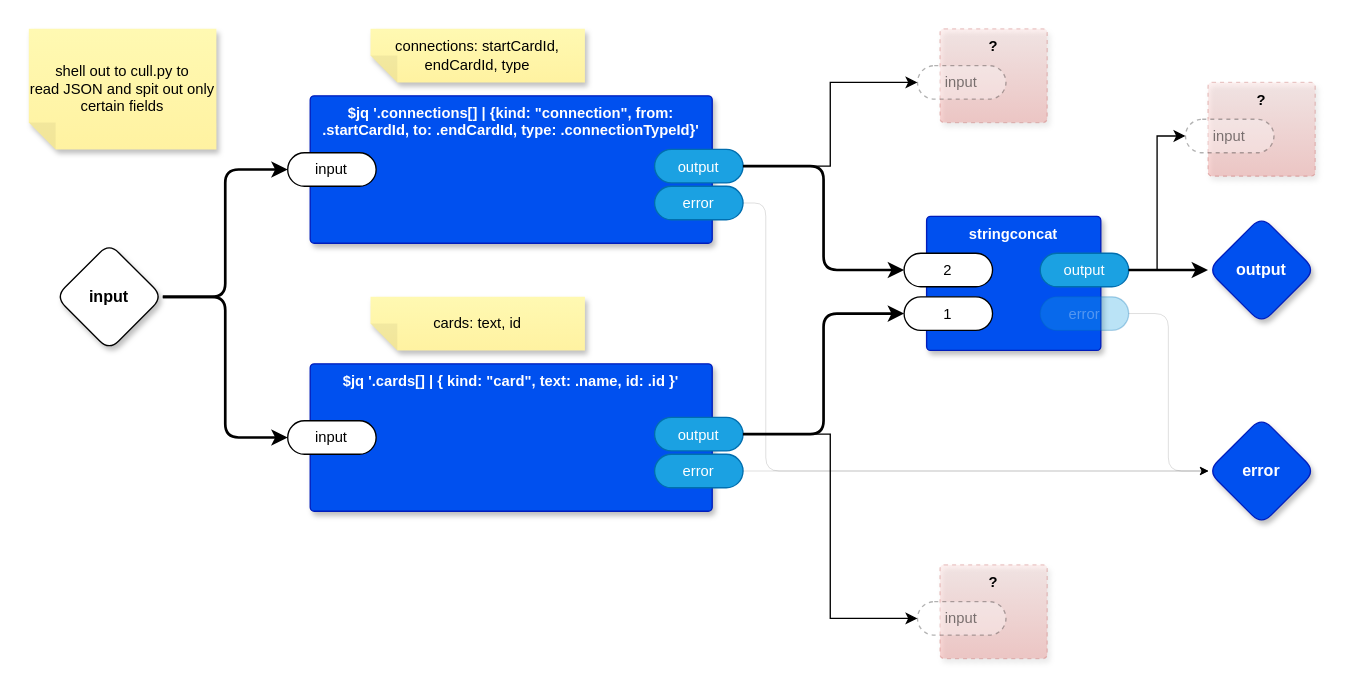
Before: page "Extract Semantic Information" (2 of 7) of src/top.drawio in guitarvydas/kinopio2md, a draw.io diagram. Source tidied: cells renumbered, new cells numbered last; positions are measured from the earlier drawing's top-left corner, leaving out a move shared by most shapes. Both pictures are drawn from the tidied source at 134%, with x=0, y=0 at pixel (28, 28).
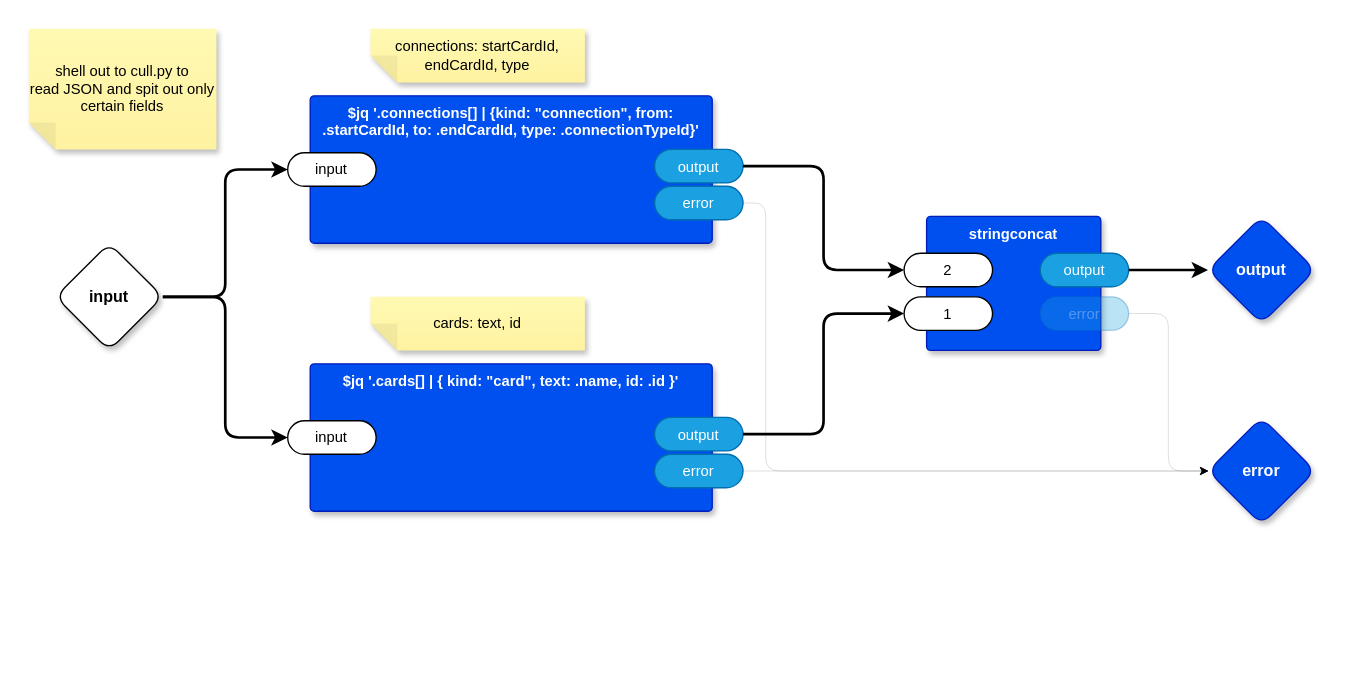
The same page after the edit.

The change refers to these unchanged cells:
```xml
<mxCell id="12" value="output" style="rounded=1;whiteSpace=wrap;html=1;sketch=0;points=[[0,0.5,0,0,0],[1,0.5,0,0,0]];fillColor=#1ba1e2;fontColor=#ffffff;strokeColor=#006EAF;arcSize=50;fontFamily=Helvetica;fontSize=11;" parent="9" vertex="1">
  <mxGeometry x="257" y="40" width="66" height="25" as="geometry" />
</mxCell>
<mxCell id="16" value="output" style="rounded=1;whiteSpace=wrap;html=1;sketch=0;points=[[0,0.5,0,0,0],[1,0.5,0,0,0]];fillColor=#1ba1e2;fontColor=#ffffff;strokeColor=#006EAF;arcSize=50;fontFamily=Helvetica;fontSize=11;" parent="13" vertex="1">
  <mxGeometry x="257" y="40" width="66" height="25" as="geometry" />
</mxCell>
<mxCell id="24" value="output" style="rounded=1;whiteSpace=wrap;html=1;sketch=0;points=[[0,0.5,0,0,0],[1,0.5,0,0,0]];fillColor=#1ba1e2;fontColor=#ffffff;strokeColor=#006EAF;arcSize=50;fontFamily=Helvetica;fontSize=11;" parent="22" vertex="1">
  <mxGeometry x="84.8" y="27.5" width="66" height="25" as="geometry" />
</mxCell>
```

Change to the diagram source:
```diff
@@
-    <mxCell id="29" value="?" style="rounded=1;whiteSpace=wrap;html=1;sketch=0;verticalAlign=top;arcSize=6;fontStyle=1;absoluteArcSize=1;shadow=1;strokeColor=#b85450;fillColor=#f8cecc;fontFamily=Helvetica;fontSize=11;dashed=1;opacity=30;gradientColor=#ea6b66;" parent="1" vertex="1">
-      <mxGeometry x="880" y="40" width="80" height="70" as="geometry" />
-    </mxCell>
-    <mxCell id="30" value="input" style="rounded=1;whiteSpace=wrap;html=1;sketch=0;points=[[0,0.5,0,0,0],[1,0.5,0,0,0]];arcSize=50;fontFamily=Helvetica;fontSize=11;fontColor=default;dashed=1;textOpacity=50;opacity=30;" parent="29" vertex="1">
-      <mxGeometry x="-16.8" y="27.5" width="66" height="25" as="geometry" />
-    </mxCell>
-    <mxCell id="31" style="edgeStyle=orthogonalEdgeStyle;rounded=0;jettySize=auto;html=1;exitX=1;exitY=0.5;exitDx=0;exitDy=0;exitPerimeter=0;entryX=0;entryY=0.5;entryDx=0;entryDy=0;entryPerimeter=0;" parent="1" edge="1" source="24" target="30">
-      <mxGeometry relative="1" as="geometry" />
-    </mxCell>
-    <mxCell id="32" value="?" style="rounded=1;whiteSpace=wrap;html=1;sketch=0;verticalAlign=top;arcSize=6;fontStyle=1;absoluteArcSize=1;shadow=1;strokeColor=#b85450;fillColor=#f8cecc;fontFamily=Helvetica;fontSize=11;dashed=1;opacity=30;gradientColor=#ea6b66;" parent="1" vertex="1">
-      <mxGeometry x="680" width="80" height="70" as="geometry" />
-    </mxCell>
-    <mxCell id="33" value="input" style="rounded=1;whiteSpace=wrap;html=1;sketch=0;points=[[0,0.5,0,0,0],[1,0.5,0,0,0]];arcSize=50;fontFamily=Helvetica;fontSize=11;fontColor=default;dashed=1;textOpacity=50;opacity=30;" parent="32" vertex="1">
-      <mxGeometry x="-16.8" y="27.5" width="66" height="25" as="geometry" />
-    </mxCell>
-    <mxCell id="34" value="?" style="rounded=1;whiteSpace=wrap;html=1;sketch=0;verticalAlign=top;arcSize=6;fontStyle=1;absoluteArcSize=1;shadow=1;strokeColor=#b85450;fillColor=#f8cecc;fontFamily=Helvetica;fontSize=11;dashed=1;opacity=30;gradientColor=#ea6b66;" parent="1" vertex="1">
-      <mxGeometry x="680" y="400" width="80" height="70" as="geometry" />
-    </mxCell>
-    <mxCell id="35" value="input" style="rounded=1;whiteSpace=wrap;html=1;sketch=0;points=[[0,0.5,0,0,0],[1,0.5,0,0,0]];arcSize=50;fontFamily=Helvetica;fontSize=11;fontColor=default;dashed=1;textOpacity=50;opacity=30;" parent="34" vertex="1">
-      <mxGeometry x="-16.8" y="27.5" width="66" height="25" as="geometry" />
-    </mxCell>
-    <mxCell id="36" style="edgeStyle=orthogonalEdgeStyle;rounded=0;jettySize=auto;html=1;exitX=1;exitY=0.5;exitDx=0;exitDy=0;exitPerimeter=0;entryX=0;entryY=0.5;entryDx=0;entryDy=0;entryPerimeter=0;" parent="1" edge="1" source="16" target="35">
-      <mxGeometry relative="1" as="geometry" />
-    </mxCell>
-    <mxCell id="37" style="edgeStyle=orthogonalEdgeStyle;rounded=0;jettySize=auto;html=1;exitX=1;exitY=0.5;exitDx=0;exitDy=0;exitPerimeter=0;entryX=0;entryY=0.5;entryDx=0;entryDy=0;entryPerimeter=0;" parent="1" edge="1" source="12" target="33">
-      <mxGeometry relative="1" as="geometry" />
-    </mxCell>
```
